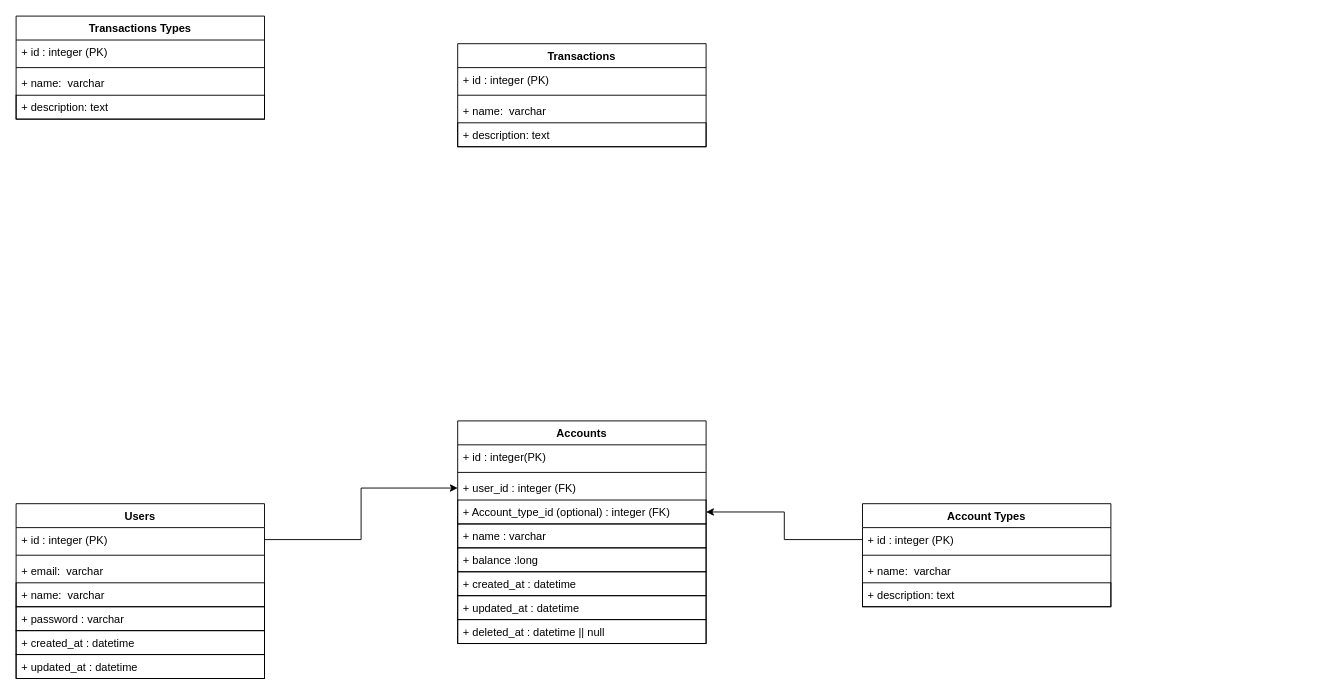
AmirBesharati/bank-simulator-api keeps this draw.io diagram as database/diagram/Untitled Diagram.drawio. Above is the earlier version. Source tidied: cells renumbered, new cells numbered last; positions are measured from the earlier drawing's top-left corner, leaving out a move shared by most shapes. Both pictures are drawn from the tidied source at 92%, with x=0, y=0 at pixel (16, 16).
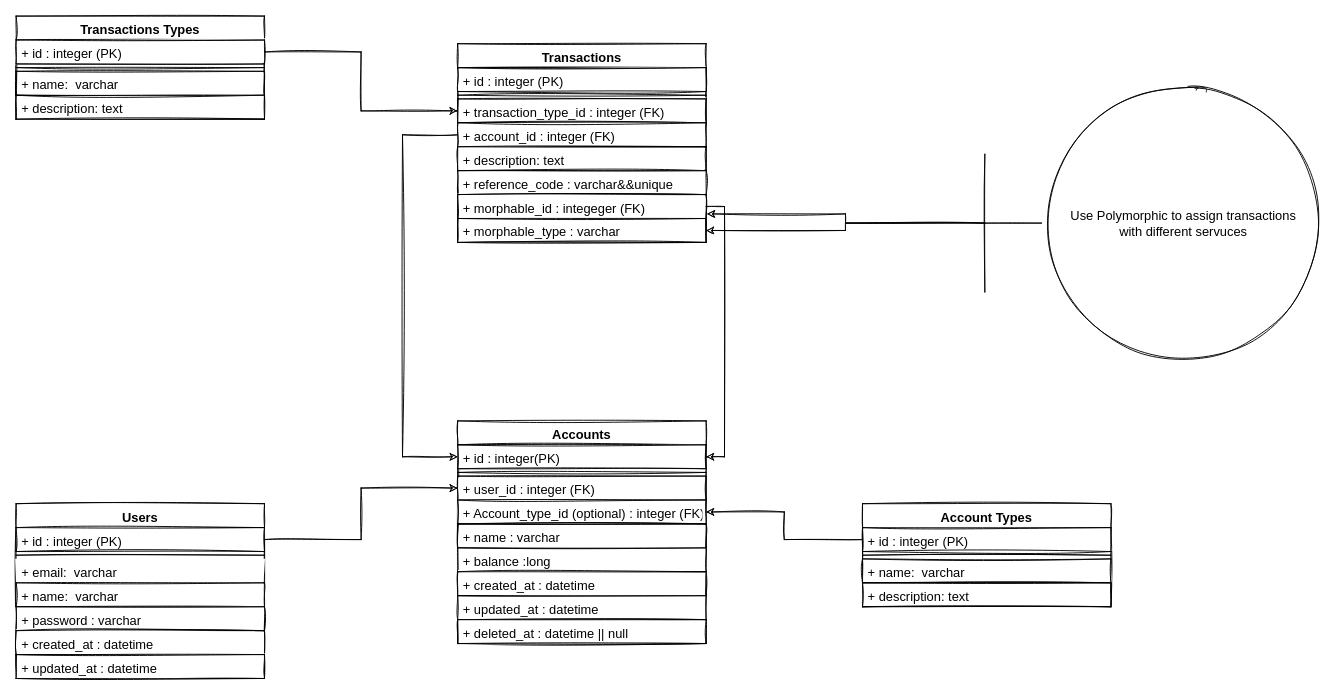
After the change.

The edit, as a diff of the source:
```diff
@@
-    <mxCell id="2" value="Accounts&#10;" style="swimlane;fontStyle=1;align=center;verticalAlign=top;horizontal=1;startSize=26;" parent="1" vertex="1">
+    <mxCell id="2" value="Accounts&#10;" style="swimlane;fontStyle=1;align=center;verticalAlign=top;horizontal=1;startSize=26;sketch=1;fontSize=14;fillColor=default;strokeColor=default;" parent="1" vertex="1">
       <mxGeometry x="480" y="440" width="270" height="242" as="geometry" />
     </mxCell>
-    <mxCell id="3" value="+ id : integer(PK)&#10;" style="text;strokeColor=none;fillColor=none;align=left;verticalAlign=top;spacingLeft=4;spacingRight=4;overflow=hidden;points=[[0,0.5],[1,0.5]];portConstraint=eastwest;" parent="2" vertex="1">
+    <mxCell id="3" value="+ id : integer(PK)&#10;" style="text;strokeColor=default;fillColor=default;align=left;verticalAlign=top;spacingLeft=4;spacingRight=4;overflow=hidden;points=[[0,0.5],[1,0.5]];portConstraint=eastwest;sketch=1;fontSize=14;" parent="2" vertex="1">
       <mxGeometry y="26" width="270" height="26" as="geometry" />
     </mxCell>
-    <mxCell id="4" style="line;strokeWidth=1;fillColor=none;align=left;verticalAlign=middle;spacingTop=-1;spacingLeft=3;spacingRight=3;labelPosition=right;" parent="2" vertex="1">
+    <mxCell id="4" style="line;strokeWidth=1;fillColor=default;align=left;verticalAlign=middle;spacingTop=-1;spacingLeft=3;spacingRight=3;labelPosition=right;sketch=1;fontSize=14;strokeColor=default;" parent="2" vertex="1">
       <mxGeometry y="52" width="270" height="8" as="geometry" />
     </mxCell>
-    <mxCell id="5" value="+ user_id : integer (FK)" style="text;strokeColor=none;fillColor=none;align=left;verticalAlign=top;spacingLeft=4;spacingRight=4;overflow=hidden;points=[[0,0.5],[1,0.5]];portConstraint=eastwest;" parent="2" vertex="1">
+    <mxCell id="5" value="+ user_id : integer (FK)" style="text;strokeColor=default;fillColor=default;align=left;verticalAlign=top;spacingLeft=4;spacingRight=4;overflow=hidden;points=[[0,0.5],[1,0.5]];portConstraint=eastwest;sketch=1;fontSize=14;" parent="2" vertex="1">
       <mxGeometry y="60" width="270" height="26" as="geometry" />
     </mxCell>
-    <mxCell id="6" value="+ Account_type_id (optional) : integer (FK)" style="text;strokeColor=default;fillColor=none;align=left;verticalAlign=top;spacingLeft=4;spacingRight=4;overflow=hidden;points=[[0,0.5],[1,0.5]];portConstraint=eastwest;" parent="2" vertex="1">
+    <mxCell id="6" value="+ Account_type_id (optional) : integer (FK)" style="text;strokeColor=default;fillColor=default;align=left;verticalAlign=top;spacingLeft=4;spacingRight=4;overflow=hidden;points=[[0,0.5],[1,0.5]];portConstraint=eastwest;sketch=1;fontSize=14;" parent="2" vertex="1">
       <mxGeometry y="86" width="270" height="26" as="geometry" />
     </mxCell>
-    <mxCell id="7" value="+ name : varchar " style="text;strokeColor=default;fillColor=none;align=left;verticalAlign=top;spacingLeft=4;spacingRight=4;overflow=hidden;" parent="2" vertex="1">
+    <mxCell id="7" value="+ name : varchar " style="text;strokeColor=default;fillColor=default;align=left;verticalAlign=top;spacingLeft=4;spacingRight=4;overflow=hidden;sketch=1;fontSize=14;" parent="2" vertex="1">
       <mxGeometry y="112" width="270" height="26" as="geometry" />
     </mxCell>
-    <mxCell id="8" value="+ balance :long " style="text;strokeColor=default;fillColor=none;align=left;verticalAlign=top;spacingLeft=4;spacingRight=4;overflow=hidden;" parent="2" vertex="1">
+    <mxCell id="8" value="+ balance :long " style="text;strokeColor=default;fillColor=default;align=left;verticalAlign=top;spacingLeft=4;spacingRight=4;overflow=hidden;sketch=1;fontSize=14;" parent="2" vertex="1">
       <mxGeometry y="138" width="270" height="26" as="geometry" />
     </mxCell>
-    <mxCell id="9" value="+ created_at : datetime&#10;" style="text;strokeColor=default;fillColor=none;align=left;verticalAlign=top;spacingLeft=4;spacingRight=4;overflow=hidden;" parent="2" vertex="1">
+    <mxCell id="9" value="+ created_at : datetime&#10;" style="text;strokeColor=default;fillColor=default;align=left;verticalAlign=top;spacingLeft=4;spacingRight=4;overflow=hidden;sketch=1;fontSize=14;" parent="2" vertex="1">
       <mxGeometry y="164" width="270" height="26" as="geometry" />
     </mxCell>
-    <mxCell id="10" value="+ updated_at : datetime&#10;" style="text;strokeColor=default;fillColor=none;align=left;verticalAlign=top;spacingLeft=4;spacingRight=4;overflow=hidden;" parent="2" vertex="1">
+    <mxCell id="10" value="+ updated_at : datetime&#10;" style="text;strokeColor=default;fillColor=default;align=left;verticalAlign=top;spacingLeft=4;spacingRight=4;overflow=hidden;sketch=1;fontSize=14;" parent="2" vertex="1">
       <mxGeometry y="190" width="270" height="26" as="geometry" />
     </mxCell>
-    <mxCell id="11" value="+ deleted_at : datetime || null&#10;" style="text;strokeColor=default;fillColor=none;align=left;verticalAlign=top;spacingLeft=4;spacingRight=4;overflow=hidden;" parent="2" vertex="1">
+    <mxCell id="11" value="+ deleted_at : datetime || null&#10;" style="text;strokeColor=default;fillColor=default;align=left;verticalAlign=top;spacingLeft=4;spacingRight=4;overflow=hidden;sketch=1;fontSize=14;" parent="2" vertex="1">
       <mxGeometry y="216" width="270" height="26" as="geometry" />
     </mxCell>
-    <mxCell id="12" value="Users" style="swimlane;fontStyle=1;align=center;verticalAlign=top;horizontal=1;startSize=26;" parent="1" vertex="1">
+    <mxCell id="12" value="Users" style="swimlane;fontStyle=1;align=center;verticalAlign=top;horizontal=1;startSize=26;sketch=1;fontSize=14;fillColor=default;" parent="1" vertex="1">
       <mxGeometry y="530" width="270" height="190" as="geometry" />
     </mxCell>
-    <mxCell id="13" value="+ id : integer (PK)" style="text;strokeColor=none;fillColor=none;align=left;verticalAlign=top;spacingLeft=4;spacingRight=4;overflow=hidden;points=[[0,0.5],[1,0.5]];portConstraint=eastwest;" parent="12" vertex="1">
+    <mxCell id="13" value="+ id : integer (PK)" style="text;strokeColor=default;fillColor=default;align=left;verticalAlign=top;spacingLeft=4;spacingRight=4;overflow=hidden;points=[[0,0.5],[1,0.5]];portConstraint=eastwest;sketch=1;fontSize=14;" parent="12" vertex="1">
       <mxGeometry y="26" width="270" height="26" as="geometry" />
     </mxCell>
-    <mxCell id="14" style="line;strokeWidth=1;fillColor=none;align=left;verticalAlign=middle;spacingTop=-1;spacingLeft=3;spacingRight=3;labelPosition=right;" parent="12" vertex="1">
+    <mxCell id="14" style="line;strokeWidth=1;fillColor=default;align=left;verticalAlign=middle;spacingTop=-1;spacingLeft=3;spacingRight=3;labelPosition=right;sketch=1;fontSize=14;" parent="12" vertex="1">
       <mxGeometry y="52" width="270" height="8" as="geometry" />
     </mxCell>
-    <mxCell id="15" value="+ email:  varchar" style="text;strokeColor=none;fillColor=none;align=left;verticalAlign=top;spacingLeft=4;spacingRight=4;overflow=hidden;" parent="12" vertex="1">
+    <mxCell id="15" value="+ email:  varchar" style="text;strokeColor=none;fillColor=default;align=left;verticalAlign=top;spacingLeft=4;spacingRight=4;overflow=hidden;sketch=1;fontSize=14;" parent="12" vertex="1">
       <mxGeometry y="60" width="270" height="26" as="geometry" />
     </mxCell>
-    <mxCell id="16" value="+ name:  varchar" style="text;strokeColor=default;fillColor=none;align=left;verticalAlign=top;spacingLeft=4;spacingRight=4;overflow=hidden;" parent="12" vertex="1">
+    <mxCell id="16" value="+ name:  varchar" style="text;strokeColor=default;fillColor=default;align=left;verticalAlign=top;spacingLeft=4;spacingRight=4;overflow=hidden;sketch=1;fontSize=14;" parent="12" vertex="1">
       <mxGeometry y="86" width="270" height="26" as="geometry" />
     </mxCell>
-    <mxCell id="17" value="+ password : varchar" style="text;strokeColor=default;fillColor=none;align=left;verticalAlign=top;spacingLeft=4;spacingRight=4;overflow=hidden;" parent="12" vertex="1">
+    <mxCell id="17" value="+ password : varchar" style="text;strokeColor=default;fillColor=default;align=left;verticalAlign=top;spacingLeft=4;spacingRight=4;overflow=hidden;sketch=1;fontSize=14;" parent="12" vertex="1">
       <mxGeometry y="112" width="270" height="26" as="geometry" />
     </mxCell>
-    <mxCell id="18" value="+ created_at : datetime" style="text;strokeColor=default;fillColor=none;align=left;verticalAlign=top;spacingLeft=4;spacingRight=4;overflow=hidden;" parent="12" vertex="1">
+    <mxCell id="18" value="+ created_at : datetime" style="text;strokeColor=default;fillColor=default;align=left;verticalAlign=top;spacingLeft=4;spacingRight=4;overflow=hidden;sketch=1;fontSize=14;" parent="12" vertex="1">
       <mxGeometry y="138" width="270" height="26" as="geometry" />
     </mxCell>
-    <mxCell id="19" value="+ updated_at : datetime" style="text;strokeColor=default;fillColor=none;align=left;verticalAlign=top;spacingLeft=4;spacingRight=4;overflow=hidden;" parent="12" vertex="1">
+    <mxCell id="19" value="+ updated_at : datetime" style="text;strokeColor=default;fillColor=default;align=left;verticalAlign=top;spacingLeft=4;spacingRight=4;overflow=hidden;sketch=1;fontSize=14;" parent="12" vertex="1">
       <mxGeometry y="164" width="270" height="26" as="geometry" />
     </mxCell>
-    <mxCell id="20" style="edgeStyle=orthogonalEdgeStyle;rounded=0;jettySize=auto;html=1;" parent="1" edge="1" source="13" target="5">
+    <mxCell id="20" style="edgeStyle=orthogonalEdgeStyle;rounded=0;jettySize=auto;html=1;sketch=1;fontSize=14;" parent="1" edge="1" source="13" target="5">
       <mxGeometry relative="1" as="geometry" />
     </mxCell>
-    <mxCell id="21" value="Account Types" style="swimlane;fontStyle=1;align=center;verticalAlign=top;horizontal=1;startSize=26;" parent="1" vertex="1">
+    <mxCell id="21" value="Account Types" style="swimlane;fontStyle=1;align=center;verticalAlign=top;horizontal=1;startSize=26;sketch=1;fontSize=14;fillColor=default;strokeColor=default;" parent="1" vertex="1">
       <mxGeometry x="920" y="530" width="270" height="112" as="geometry" />
     </mxCell>
-    <mxCell id="22" value="+ id : integer (PK)" style="text;strokeColor=none;fillColor=none;align=left;verticalAlign=top;spacingLeft=4;spacingRight=4;overflow=hidden;points=[[0,0.5],[1,0.5]];portConstraint=eastwest;" parent="21" vertex="1">
+    <mxCell id="22" value="+ id : integer (PK)" style="text;strokeColor=default;fillColor=default;align=left;verticalAlign=top;spacingLeft=4;spacingRight=4;overflow=hidden;points=[[0,0.5],[1,0.5]];portConstraint=eastwest;sketch=1;fontSize=14;" parent="21" vertex="1">
       <mxGeometry y="26" width="270" height="26" as="geometry" />
     </mxCell>
-    <mxCell id="23" style="line;strokeWidth=1;fillColor=none;align=left;verticalAlign=middle;spacingTop=-1;spacingLeft=3;spacingRight=3;labelPosition=right;" parent="21" vertex="1">
+    <mxCell id="23" style="line;strokeWidth=1;fillColor=default;align=left;verticalAlign=middle;spacingTop=-1;spacingLeft=3;spacingRight=3;labelPosition=right;sketch=1;fontSize=14;strokeColor=default;" parent="21" vertex="1">
       <mxGeometry y="52" width="270" height="8" as="geometry" />
     </mxCell>
-    <mxCell id="24" value="+ name:  varchar" style="text;strokeColor=none;fillColor=none;align=left;verticalAlign=top;spacingLeft=4;spacingRight=4;overflow=hidden;" parent="21" vertex="1">
+    <mxCell id="24" value="+ name:  varchar" style="text;strokeColor=default;fillColor=default;align=left;verticalAlign=top;spacingLeft=4;spacingRight=4;overflow=hidden;sketch=1;fontSize=14;" parent="21" vertex="1">
       <mxGeometry y="60" width="270" height="26" as="geometry" />
     </mxCell>
-    <mxCell id="25" value="+ description: text" style="text;strokeColor=default;fillColor=none;align=left;verticalAlign=top;spacingLeft=4;spacingRight=4;overflow=hidden;" parent="21" vertex="1">
+    <mxCell id="25" value="+ description: text" style="text;strokeColor=default;fillColor=default;align=left;verticalAlign=top;spacingLeft=4;spacingRight=4;overflow=hidden;sketch=1;fontSize=14;" parent="21" vertex="1">
       <mxGeometry y="86" width="270" height="26" as="geometry" />
     </mxCell>
-    <mxCell id="26" style="edgeStyle=orthogonalEdgeStyle;rounded=0;jettySize=auto;html=1;entryX=1;entryY=0.5;entryDx=0;entryDy=0;" parent="1" edge="1" source="22" target="6">
+    <mxCell id="26" style="edgeStyle=orthogonalEdgeStyle;rounded=0;jettySize=auto;html=1;entryX=1;entryY=0.5;entryDx=0;entryDy=0;sketch=1;fontSize=14;" parent="1" edge="1" source="22" target="6">
       <mxGeometry relative="1" as="geometry" />
     </mxCell>
-    <mxCell id="27" value="Transactions Types" style="swimlane;fontStyle=1;align=center;verticalAlign=top;horizontal=1;startSize=26;" parent="1" vertex="1">
+    <mxCell id="27" value="Transactions Types" style="swimlane;fontStyle=1;align=center;verticalAlign=top;horizontal=1;startSize=26;sketch=1;fontSize=14;fillColor=default;" parent="1" vertex="1">
       <mxGeometry width="270" height="112" as="geometry" />
     </mxCell>
-    <mxCell id="28" value="+ id : integer (PK)" style="text;strokeColor=none;fillColor=none;align=left;verticalAlign=top;spacingLeft=4;spacingRight=4;overflow=hidden;points=[[0,0.5],[1,0.5]];portConstraint=eastwest;" parent="27" vertex="1">
+    <mxCell id="28" value="+ id : integer (PK)" style="text;strokeColor=default;fillColor=default;align=left;verticalAlign=top;spacingLeft=4;spacingRight=4;overflow=hidden;points=[[0,0.5],[1,0.5]];portConstraint=eastwest;sketch=1;fontSize=14;" parent="27" vertex="1">
       <mxGeometry y="26" width="270" height="26" as="geometry" />
     </mxCell>
-    <mxCell id="29" style="line;strokeWidth=1;fillColor=none;align=left;verticalAlign=middle;spacingTop=-1;spacingLeft=3;spacingRight=3;labelPosition=right;" parent="27" vertex="1">
+    <mxCell id="29" style="line;strokeWidth=1;fillColor=default;align=left;verticalAlign=middle;spacingTop=-1;spacingLeft=3;spacingRight=3;labelPosition=right;sketch=1;fontSize=14;" parent="27" vertex="1">
       <mxGeometry y="52" width="270" height="8" as="geometry" />
     </mxCell>
-    <mxCell id="30" value="+ name:  varchar" style="text;strokeColor=none;fillColor=none;align=left;verticalAlign=top;spacingLeft=4;spacingRight=4;overflow=hidden;" parent="27" vertex="1">
+    <mxCell id="30" value="+ name:  varchar" style="text;strokeColor=default;fillColor=default;align=left;verticalAlign=top;spacingLeft=4;spacingRight=4;overflow=hidden;sketch=1;fontSize=14;" parent="27" vertex="1">
       <mxGeometry y="60" width="270" height="26" as="geometry" />
     </mxCell>
-    <mxCell id="31" value="+ description: text" style="text;strokeColor=default;fillColor=none;align=left;verticalAlign=top;spacingLeft=4;spacingRight=4;overflow=hidden;" parent="27" vertex="1">
+    <mxCell id="31" value="+ description: text" style="text;strokeColor=default;fillColor=default;align=left;verticalAlign=top;spacingLeft=4;spacingRight=4;overflow=hidden;sketch=1;fontSize=14;" parent="27" vertex="1">
       <mxGeometry y="86" width="270" height="26" as="geometry" />
     </mxCell>
-    <mxCell id="32" value="Transactions" style="swimlane;fontStyle=1;align=center;verticalAlign=top;horizontal=1;startSize=26;" parent="1" vertex="1">
-      <mxGeometry x="480" y="30" width="270" height="112" as="geometry" />
+    <mxCell id="32" value="Transactions" style="swimlane;fontStyle=1;align=center;verticalAlign=top;horizontal=1;startSize=26;sketch=1;fontSize=14;fillColor=default;gradientColor=none;" parent="1" vertex="1">
+      <mxGeometry x="480" y="30" width="270" height="216" as="geometry" />
     </mxCell>
-    <mxCell id="33" value="+ id : integer (PK)" style="text;strokeColor=none;fillColor=none;align=left;verticalAlign=top;spacingLeft=4;spacingRight=4;overflow=hidden;" parent="32" vertex="1">
+    <mxCell id="33" value="+ id : integer (PK)" style="text;strokeColor=default;fillColor=default;align=left;verticalAlign=top;spacingLeft=4;spacingRight=4;overflow=hidden;sketch=1;fontSize=14;" parent="32" vertex="1">
       <mxGeometry y="26" width="270" height="26" as="geometry" />
     </mxCell>
-    <mxCell id="34" style="line;strokeWidth=1;fillColor=none;align=left;verticalAlign=middle;spacingTop=-1;spacingLeft=3;spacingRight=3;labelPosition=right;" parent="32" vertex="1">
+    <mxCell id="34" style="line;strokeWidth=1;fillColor=default;align=left;verticalAlign=middle;spacingTop=-1;spacingLeft=3;spacingRight=3;labelPosition=right;sketch=1;fontSize=14;" parent="32" vertex="1">
       <mxGeometry y="52" width="270" height="8" as="geometry" />
     </mxCell>
-    <mxCell id="35" value="+ name:  varchar" style="text;strokeColor=none;fillColor=none;align=left;verticalAlign=top;spacingLeft=4;spacingRight=4;overflow=hidden;points=[[0,0.5],[1,0.5]];portConstraint=eastwest;" parent="32" vertex="1">
+    <mxCell id="35" value="+ transaction_type_id : integer (FK)" style="text;strokeColor=default;fillColor=default;align=left;verticalAlign=top;spacingLeft=4;spacingRight=4;overflow=hidden;points=[[0,0.5],[1,0.5]];portConstraint=eastwest;sketch=1;fontSize=14;" parent="32" vertex="1">
       <mxGeometry y="60" width="270" height="26" as="geometry" />
     </mxCell>
-    <mxCell id="36" value="+ description: text" style="text;strokeColor=default;fillColor=none;align=left;verticalAlign=top;spacingLeft=4;spacingRight=4;overflow=hidden;points=[[0,0.5],[1,0.5]];portConstraint=eastwest;" parent="32" vertex="1">
+    <mxCell id="36" value="+ account_id : integer (FK)" style="text;strokeColor=default;fillColor=default;align=left;verticalAlign=top;spacingLeft=4;spacingRight=4;overflow=hidden;points=[[0,0.5],[1,0.5]];portConstraint=eastwest;sketch=1;fontSize=14;" parent="32" vertex="1">
       <mxGeometry y="86" width="270" height="26" as="geometry" />
     </mxCell>
+    <mxCell id="37" value="+ description: text" style="text;strokeColor=default;fillColor=default;align=left;verticalAlign=top;spacingLeft=4;spacingRight=4;overflow=hidden;sketch=1;fontSize=14;" parent="32" vertex="1">
+      <mxGeometry y="112" width="270" height="26" as="geometry" />
+    </mxCell>
+    <mxCell id="38" value="+ reference_code : varchar&amp;&amp;unique" style="text;strokeColor=default;fillColor=default;align=left;verticalAlign=top;spacingLeft=4;spacingRight=4;overflow=hidden;sketch=1;fontSize=14;" parent="32" vertex="1">
+      <mxGeometry y="138" width="270" height="26" as="geometry" />
+    </mxCell>
+    <mxCell id="39" value="+ morphable_id : integeger (FK)" style="text;strokeColor=default;fillColor=default;align=left;verticalAlign=top;spacingLeft=4;spacingRight=4;overflow=hidden;points=[[0,0.5],[1,0.5]];portConstraint=eastwest;sketch=1;fontSize=14;" parent="32" vertex="1">
+      <mxGeometry y="164" width="270" height="26" as="geometry" />
+    </mxCell>
+    <mxCell id="40" value="+ morphable_type : varchar" style="text;strokeColor=default;fillColor=default;align=left;verticalAlign=top;spacingLeft=4;spacingRight=4;overflow=hidden;points=[[0,0.5],[1,0.5]];portConstraint=eastwest;sketch=1;fontSize=14;" parent="32" vertex="1">
+      <mxGeometry y="190" width="270" height="26" as="geometry" />
+    </mxCell>
+    <mxCell id="41" style="edgeStyle=orthogonalEdgeStyle;rounded=0;jettySize=auto;html=1;sketch=1;fontSize=14;" parent="1" edge="1" source="36" target="3">
+      <mxGeometry relative="1" as="geometry">
+        <Array as="points">
+          <mxPoint x="420" y="129" />
+          <mxPoint x="420" y="479" />
+        </Array>
+      </mxGeometry>
+    </mxCell>
+    <mxCell id="42" style="edgeStyle=orthogonalEdgeStyle;rounded=0;jettySize=auto;html=1;entryX=1;entryY=0.5;entryDx=0;entryDy=0;sketch=1;fontSize=14;" parent="1" edge="1" source="39" target="3">
+      <mxGeometry relative="1" as="geometry">
+        <Array as="points">
+          <mxPoint x="770" y="207" />
+          <mxPoint x="770" y="479" />
+        </Array>
+      </mxGeometry>
+    </mxCell>
+    <mxCell id="43" style="edgeStyle=orthogonalEdgeStyle;rounded=0;jettySize=auto;html=1;entryX=0;entryY=0.5;entryDx=0;entryDy=0;sketch=1;fontSize=14;" parent="1" edge="1" source="28" target="35">
+      <mxGeometry relative="1" as="geometry" />
+    </mxCell>
+    <mxCell id="44" style="edgeStyle=orthogonalEdgeStyle;rounded=0;jettySize=auto;html=1;entryX=1.004;entryY=-0.192;entryDx=0;entryDy=0;entryPerimeter=0;sketch=1;fontSize=14;" parent="1" edge="1" source="46" target="40">
+      <mxGeometry relative="1" as="geometry" />
+    </mxCell>
+    <mxCell id="45" style="edgeStyle=orthogonalEdgeStyle;rounded=0;jettySize=auto;html=1;sketch=1;fontSize=14;" parent="1" edge="1" source="46" target="40">
+      <mxGeometry relative="1" as="geometry" />
+    </mxCell>
+    <mxCell id="46" value="&lt;font style=&quot;font-size: 14px;&quot;&gt;Use Polymorphic to assign transactions &lt;br style=&quot;font-size: 14px;&quot;&gt;with different servuces&lt;/font&gt;" style="shape=umlBoundary;whiteSpace=wrap;html=1;strokeColor=default;fillColor=default;perimeter=ellipsePerimeter;shadow=0;sketch=1;fontSize=14;" parent="1" vertex="1">
+      <mxGeometry x="1053" y="75" width="370" height="300" as="geometry" />
+    </mxCell>
```
